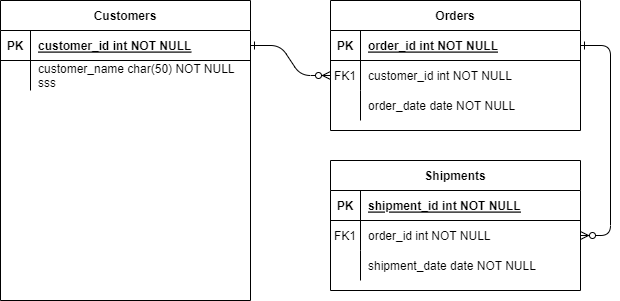
This is ER-model.drawio.png from ndphong812/intro2software-project, a draw.io export, as it was before one commit. Source tidied: cells renumbered, new cells last; positions are measured from the earlier drawing's top-left corner, leaving out a move shared by most shapes.
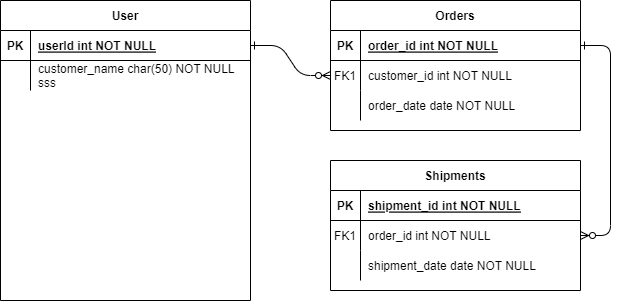
After the commit.

Diff of the diagram source:
```diff
@@ -68,7 +68,7 @@
     <mxCell id="23" value="shipment_date date NOT NULL" style="shape=partialRectangle;overflow=hidden;fillColor=none;top=0;left=0;bottom=0;right=0;align=left;spacingLeft=6;" parent="21" vertex="1">
       <mxGeometry x="30" width="220" height="30" as="geometry" />
     </mxCell>
-    <mxCell id="24" value="Customers" style="shape=table;startSize=30;rowLines=0;fontStyle=1;align=center;" parent="1" vertex="1">
+    <mxCell id="24" value="User" style="shape=table;startSize=30;rowLines=0;fontStyle=1;align=center;" parent="1" vertex="1">
       <mxGeometry width="250" height="300" as="geometry" />
     </mxCell>
     <mxCell id="25" style="shape=partialRectangle;fillColor=none;points=[[0,0.5],[1,0.5]];portConstraint=eastwest;top=0;left=0;right=0;bottom=1;" parent="24" vertex="1">
@@ -77,7 +77,7 @@
     <mxCell id="26" value="PK" style="shape=partialRectangle;overflow=hidden;fillColor=none;top=0;left=0;bottom=0;right=0;fontStyle=1;" parent="25" vertex="1">
       <mxGeometry width="30" height="30" as="geometry" />
     </mxCell>
-    <mxCell id="27" value="customer_id int NOT NULL " style="shape=partialRectangle;overflow=hidden;fillColor=none;top=0;left=0;bottom=0;right=0;align=left;spacingLeft=6;fontStyle=5;" parent="25" vertex="1">
+    <mxCell id="27" value="userId int NOT NULL " style="shape=partialRectangle;overflow=hidden;fillColor=none;top=0;left=0;bottom=0;right=0;align=left;spacingLeft=6;fontStyle=5;" parent="25" vertex="1">
       <mxGeometry x="30" width="220" height="30" as="geometry" />
     </mxCell>
     <mxCell id="28" style="shape=partialRectangle;fillColor=none;top=0;left=0;right=0;bottom=0;" parent="24" vertex="1">
```
